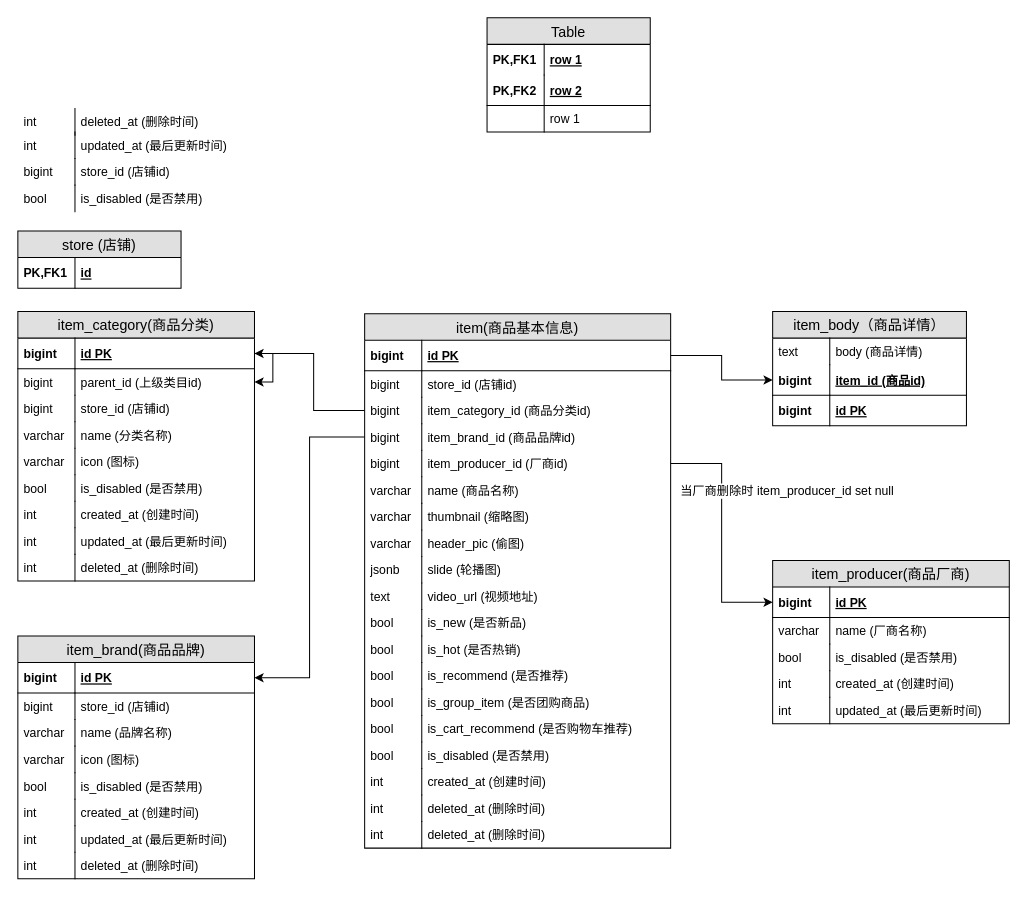
HuangYongXuan/saas-draw keeps this draw.io diagram as 商品库存.drawio. Above is the earlier version. Source tidied: cells renumbered, new cells numbered last; positions are measured from the earlier drawing's top-left corner, leaving out a move shared by most shapes. Both pictures are drawn from the tidied source at 102%, with x=0, y=0 at pixel (17, 17).
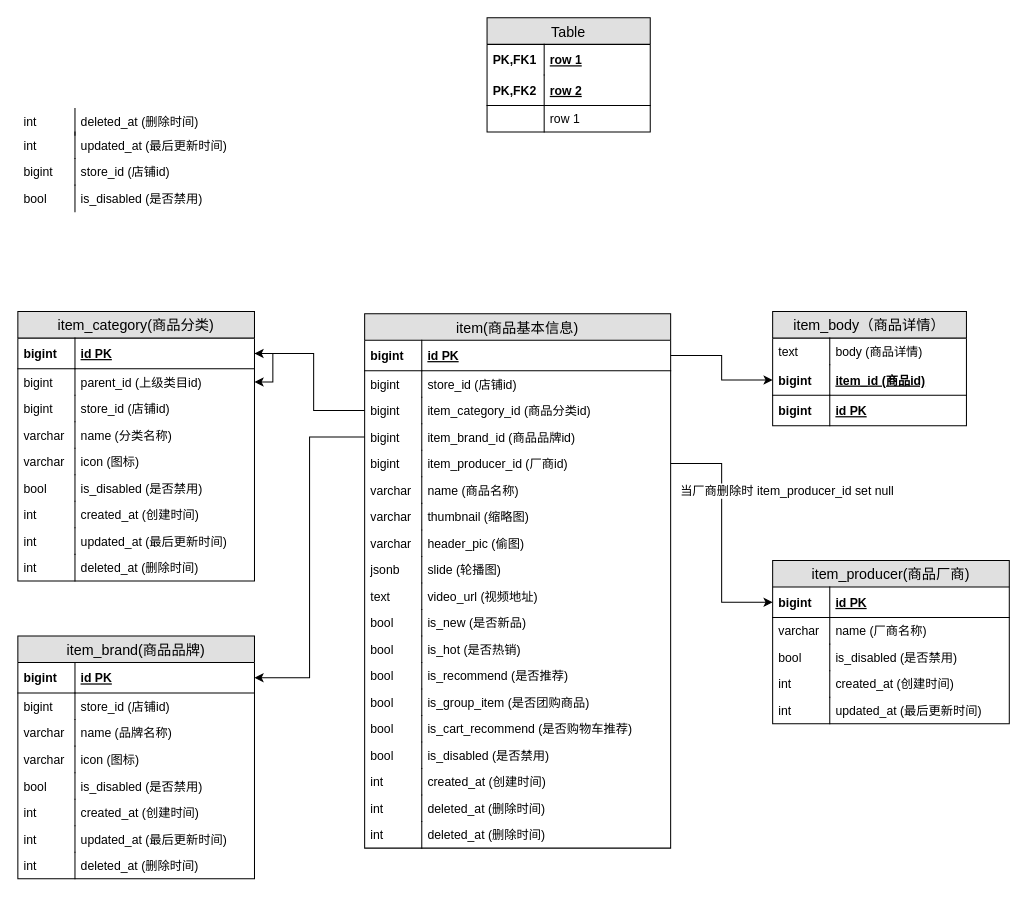
The same page after the edit.

What changed in the source:
```diff
@@
-    <mxCell id="78" value="store (店铺)" style="swimlane;fontStyle=0;horizontal=1;startSize=26;fillColor=#e0e0e0;swimlaneFillColor=#ffffff;align=center;fontSize=14;" parent="1" vertex="1">
-      <mxGeometry y="209" width="160" height="56" as="geometry" />
-    </mxCell>
-    <mxCell id="79" value="id" style="shape=partialRectangle;top=0;left=0;right=0;bottom=0;align=left;verticalAlign=middle;fillColor=none;spacingLeft=60;spacingRight=4;overflow=hidden;fontStyle=5;fontSize=12;" parent="78" vertex="1">
-      <mxGeometry y="26" width="160" height="30" as="geometry" />
-    </mxCell>
-    <mxCell id="80" value="PK,FK1" style="shape=partialRectangle;fontStyle=1;top=0;left=0;bottom=0;fillColor=none;align=left;verticalAlign=middle;spacingLeft=4;spacingRight=4;overflow=hidden;fontSize=12;" parent="79" vertex="1">
-      <mxGeometry width="56" height="30" as="geometry" />
-    </mxCell>
```
